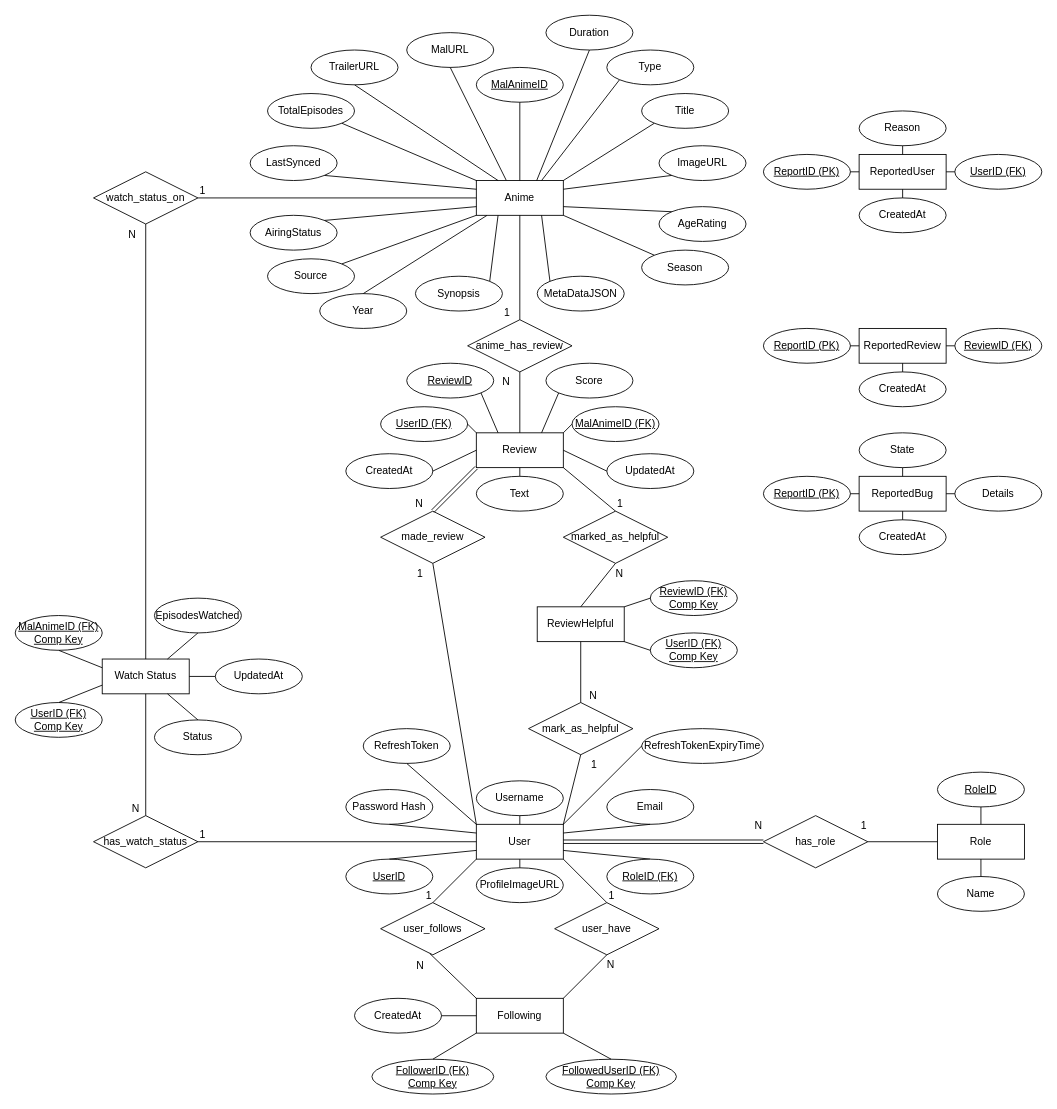
C4ndyFl4mes/my-anime-review-api keeps this draw.io diagram as ER-diagram.drawio. Above is the earlier version. Source tidied: cells renumbered, new cells numbered last; positions are measured from the earlier drawing's top-left corner, leaving out a move shared by most shapes. Both pictures are drawn from the tidied source at 87%, with x=0, y=0 at pixel (15, 15).
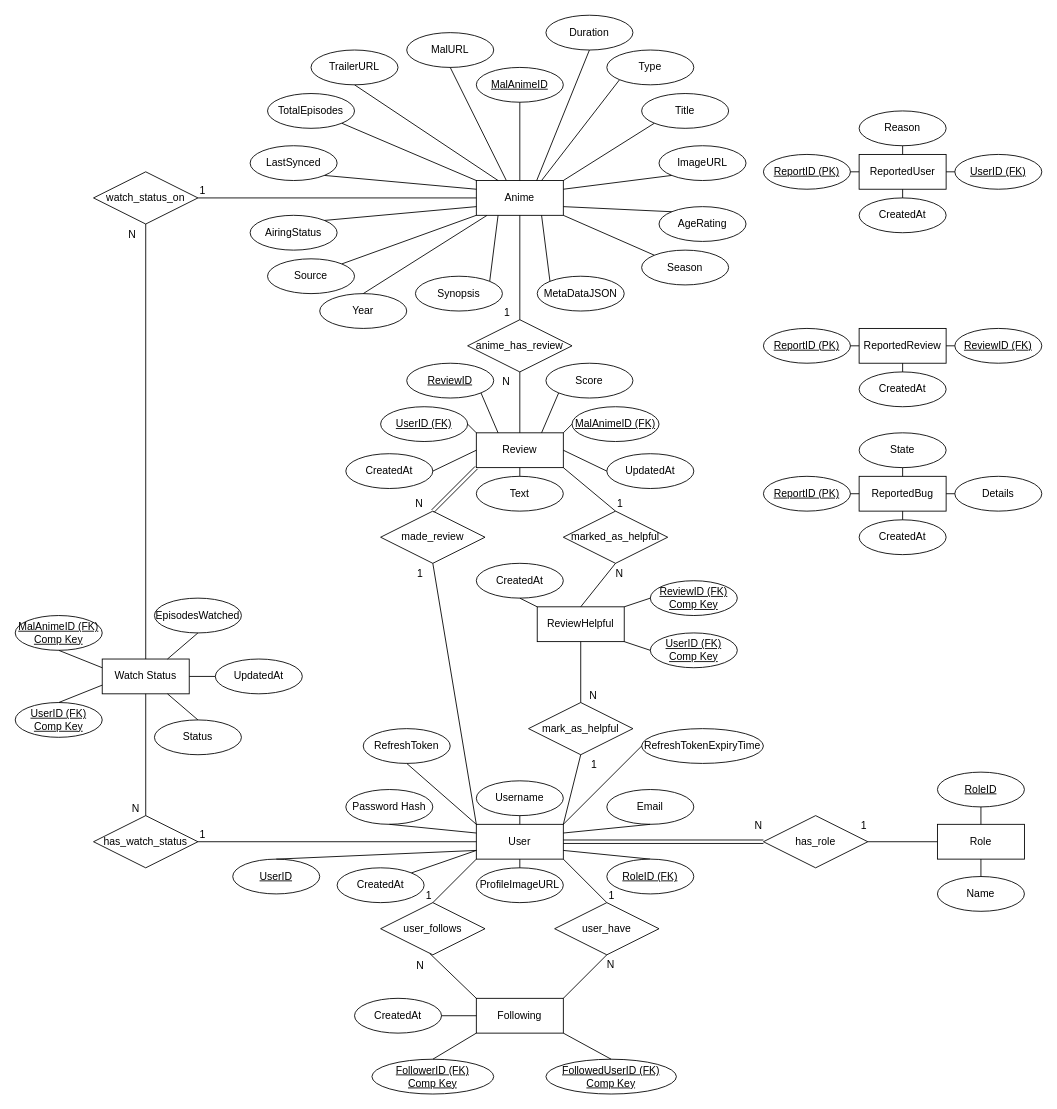
After the change.

Unchanged cells that the change refers to:
```xml
<mxCell id="2" value="User" style="whiteSpace=wrap;html=1;align=center;" parent="1" vertex="1">
  <mxGeometry x="530" y="930" width="100" height="40" as="geometry" />
</mxCell>
<mxCell id="81" value="ReviewHelpful" style="whiteSpace=wrap;html=1;align=center;" parent="1" vertex="1">
  <mxGeometry x="600" y="680" width="100" height="40" as="geometry" />
</mxCell>
```

The edit, as a diff of the source:
```diff
@@
     <mxCell id="15" value="UserID" style="ellipse;whiteSpace=wrap;html=1;align=center;fontStyle=4;" parent="1" vertex="1">
-      <mxGeometry x="380" y="970" width="100" height="40" as="geometry" />
+      <mxGeometry x="250" y="970" width="100" height="40" as="geometry" />
     </mxCell>
@@
+    <mxCell id="165" value="CreatedAt" style="ellipse;whiteSpace=wrap;html=1;align=center;" parent="1" vertex="1">
+      <mxGeometry x="370" y="980" width="100" height="40" as="geometry" />
+    </mxCell>
+    <mxCell id="166" style="endArrow=none;html=1;rounded=0;exitX=1;exitY=0;exitDx=0;exitDy=0;entryX=0;entryY=0.75;entryDx=0;entryDy=0;" parent="1" edge="1" source="165" target="2">
+      <mxGeometry relative="1" as="geometry" />
+    </mxCell>
+    <mxCell id="167" value="CreatedAt" style="ellipse;whiteSpace=wrap;html=1;align=center;" parent="1" vertex="1">
+      <mxGeometry x="530" y="630" width="100" height="40" as="geometry" />
+    </mxCell>
+    <mxCell id="168" style="endArrow=none;html=1;rounded=0;exitX=0.5;exitY=1;exitDx=0;exitDy=0;entryX=0;entryY=0;entryDx=0;entryDy=0;" parent="1" edge="1" source="167" target="81">
+      <mxGeometry relative="1" as="geometry" />
+    </mxCell>
```
